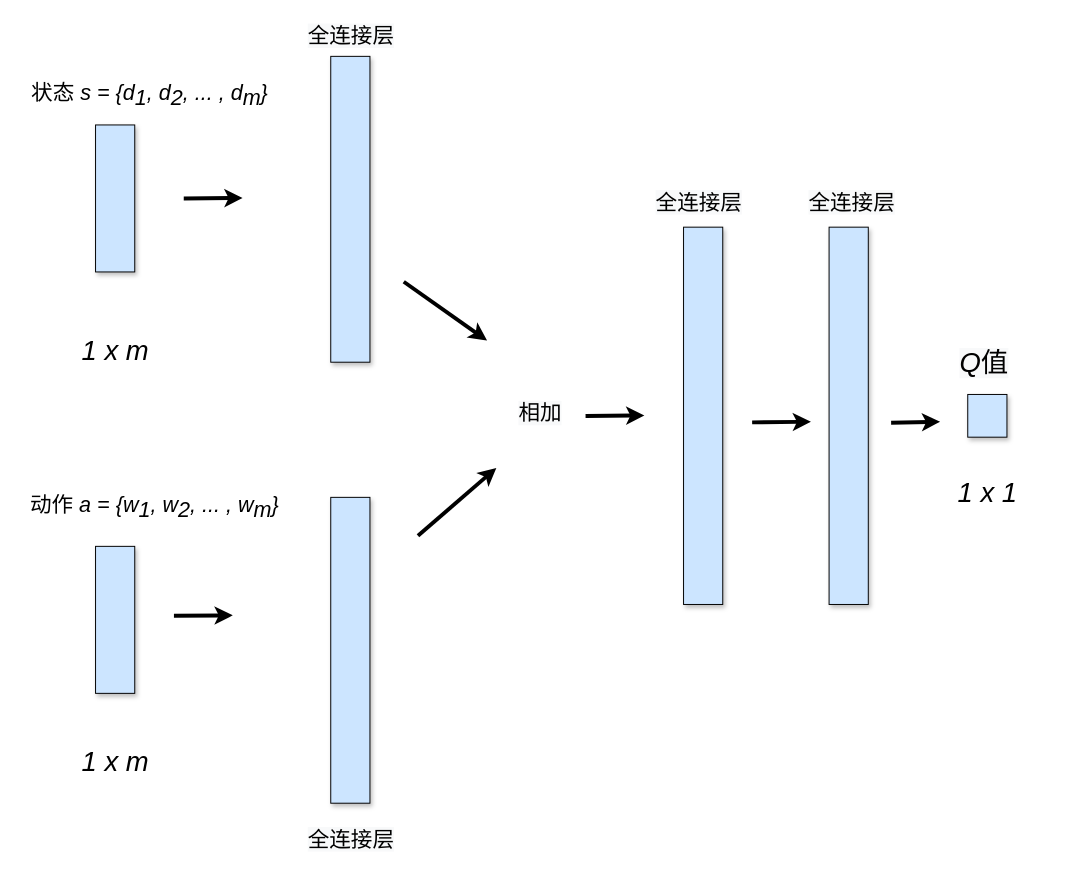
Earlier version of the draw.io diagram page "DNN3" (12 of 16) of drawio.drawio (peachhhhh/satellite). Source tidied: cells renumbered, new cells numbered last; positions are measured from the earlier drawing's top-left corner, leaving out a move shared by most shapes. Both pictures are drawn from the tidied source at 98%, with x=0, y=0 at pixel (22, 17).
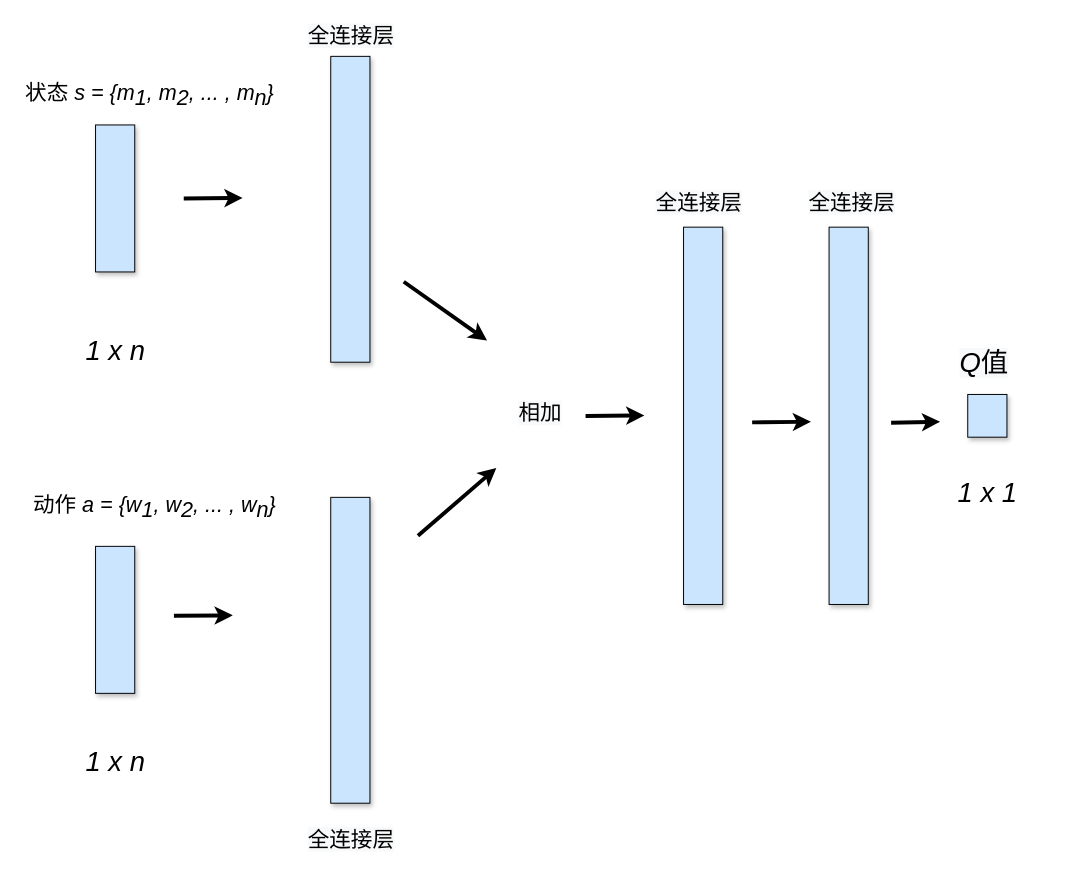
The same page after the edit.

The edit, as a diff of the source:
```diff
@@
-    <mxCell id="2" value="&lt;span style=&quot;font-style: normal; font-size: 22px;&quot;&gt;状态 &lt;/span&gt;s = {&lt;span style=&quot;font-family: helvetica; font-size: 22px;&quot;&gt;d&lt;/span&gt;&lt;sub style=&quot;font-family: helvetica; font-size: 22px;&quot;&gt;1&lt;/sub&gt;, d&lt;sub style=&quot;font-size: 22px;&quot;&gt;2&lt;/sub&gt;, ... , d&lt;sub style=&quot;font-size: 22px;&quot;&gt;m&lt;/sub&gt;}" style="text;html=1;align=center;verticalAlign=middle;fontSize=22;fontColor=#000000;fontStyle=2;" parent="1" vertex="1">
-      <mxGeometry y="60" width="260" height="40" as="geometry" />
-    </mxCell>
@@
-    <mxCell id="11" value="&lt;span&gt;1 x m&lt;br&gt;&lt;/span&gt;" style="text;html=1;align=center;verticalAlign=middle;fontSize=28;fontColor=#000000;fontStyle=2;" parent="1" vertex="1">
+    <mxCell id="11" value="&lt;span&gt;1 x n&lt;br&gt;&lt;/span&gt;" style="text;html=1;align=center;verticalAlign=middle;fontSize=28;fontColor=#000000;fontStyle=2;" parent="1" vertex="1">
       <mxGeometry x="55" y="320" width="80" height="40" as="geometry" />
     </mxCell>
-    <mxCell id="12" value="&lt;span style=&quot;font-style: normal; font-size: 22px;&quot;&gt;动作 &lt;/span&gt;a = {w&lt;sub style=&quot;font-family: helvetica; font-size: 22px;&quot;&gt;1&lt;/sub&gt;, w&lt;sub style=&quot;font-size: 22px;&quot;&gt;2&lt;/sub&gt;, ... , w&lt;sub style=&quot;font-size: 22px;&quot;&gt;m&lt;/sub&gt;}" style="text;html=1;align=center;verticalAlign=middle;fontSize=22;fontColor=#000000;fontStyle=2;" parent="1" vertex="1">
-      <mxGeometry y="480" width="270" height="40" as="geometry" />
+    <mxCell id="12" value="&lt;span style=&quot;font-style: normal ; font-size: 22px&quot;&gt;动作 &lt;/span&gt;a = {w&lt;sub style=&quot;font-family: &amp;#34;helvetica&amp;#34; ; font-size: 22px&quot;&gt;1&lt;/sub&gt;, w&lt;sub style=&quot;font-size: 22px&quot;&gt;2&lt;/sub&gt;, ... , w&lt;sub style=&quot;font-size: 22px&quot;&gt;n&lt;/sub&gt;}" style="text;html=1;align=center;verticalAlign=middle;fontSize=22;fontColor=#000000;fontStyle=2;" parent="1" vertex="1">
+      <mxGeometry x="5" y="480" width="260" height="40" as="geometry" />
     </mxCell>
@@
-    <mxCell id="14" value="&lt;span&gt;1 x m&lt;br&gt;&lt;/span&gt;" style="text;html=1;align=center;verticalAlign=middle;fontSize=28;fontColor=#000000;fontStyle=2;" parent="1" vertex="1">
+    <mxCell id="14" value="&lt;span&gt;1 x n&lt;br&gt;&lt;/span&gt;" style="text;html=1;align=center;verticalAlign=middle;fontSize=28;fontColor=#000000;fontStyle=2;" parent="1" vertex="1">
       <mxGeometry x="55" y="740" width="80" height="40" as="geometry" />
     </mxCell>
@@
+    <mxCell id="27" value="&lt;span style=&quot;font-style: normal ; font-size: 22px&quot;&gt;状态&lt;/span&gt; s = {&lt;span style=&quot;font-family: &amp;#34;helvetica&amp;#34; ; font-size: 22px&quot;&gt;m&lt;/span&gt;&lt;sub style=&quot;font-family: &amp;#34;helvetica&amp;#34; ; font-size: 22px&quot;&gt;1&lt;/sub&gt;, m&lt;sub style=&quot;font-size: 22px&quot;&gt;2&lt;/sub&gt;, ... , m&lt;sub style=&quot;font-size: 22px&quot;&gt;n&lt;/sub&gt;}" style="text;html=1;align=center;verticalAlign=middle;fontSize=22;fontColor=#000000;fontStyle=2;" parent="1" vertex="1">
+      <mxGeometry x="-5" y="60" width="270" height="40" as="geometry" />
+    </mxCell>
```
